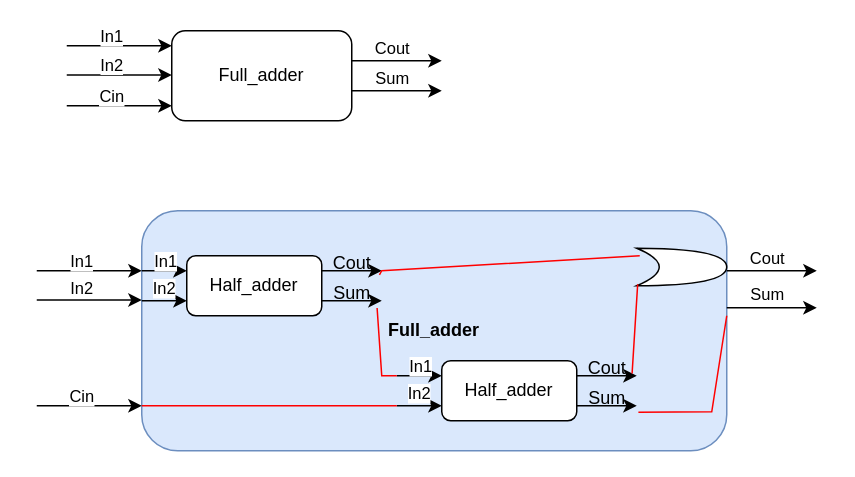
Earlier version of the draw.io diagram Untitled Diagram.drawio (kanosukii/draw). Source tidied: cells renumbered, new cells numbered last; positions are measured from the earlier drawing's top-left corner, leaving out a move shared by most shapes. Both pictures are drawn from the tidied source at 150%, with x=0, y=0 at pixel (36, 30).
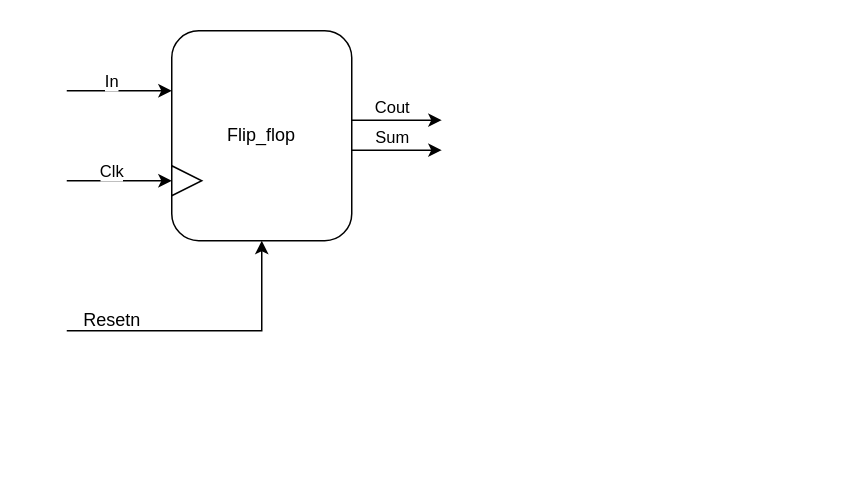
After the change.

What changed in the source:
```diff
@@
-    <mxCell id="2" value="&lt;div style=&quot;&quot;&gt;&lt;b style=&quot;background-color: initial;&quot;&gt;Full_adder&lt;/b&gt;&lt;/div&gt;" style="rounded=1;whiteSpace=wrap;html=1;fillColor=#dae8fc;strokeColor=#6c8ebf;align=center;" parent="1" vertex="1">
-      <mxGeometry x="70" y="120" width="390" height="160" as="geometry" />
-    </mxCell>
     <mxCell id="3" style="edgeStyle=orthogonalEdgeStyle;rounded=0;orthogonalLoop=1;jettySize=auto;html=1;exitX=1;exitY=0.5;exitDx=0;exitDy=0;" parent="1" edge="1">
       <mxGeometry relative="1" as="geometry">
-        <mxPoint x="210" y="20" as="sourcePoint" />
-        <mxPoint x="270" y="20" as="targetPoint" />
+        <mxPoint x="210" y="59.6" as="sourcePoint" />
+        <mxPoint x="270" y="59.6" as="targetPoint" />
       </mxGeometry>
     </mxCell>
@@
-    <mxCell id="5" value="Full_adder" style="rounded=1;whiteSpace=wrap;html=1;" parent="1" vertex="1">
-      <mxGeometry x="90" width="120" height="60" as="geometry" />
+    <mxCell id="5" value="Flip_flop" style="rounded=1;whiteSpace=wrap;html=1;" parent="1" vertex="1">
+      <mxGeometry x="90" width="120" height="140" as="geometry" />
     </mxCell>
-    <mxCell id="6" style="endArrow=classic;html=1;rounded=0;" parent="1" edge="1">
-      <mxGeometry relative="1" as="geometry">
-        <mxPoint x="20" y="29.5" as="sourcePoint" />
-        <mxPoint x="90" y="29.5" as="targetPoint" />
-      </mxGeometry>
-    </mxCell>
-    <mxCell id="7" value="In2" style="edgeLabel;html=1;align=center;verticalAlign=middle;" parent="6" vertex="1">
-      <mxGeometry x="-0.18" y="7" relative="1" as="geometry" />
-    </mxCell>
     <mxCell id="8" style="endArrow=classic;html=1;rounded=0;" parent="1" edge="1">
       <mxGeometry relative="1" as="geometry">
-        <mxPoint x="20" y="10" as="sourcePoint" />
-        <mxPoint x="90" y="10" as="targetPoint" />
+        <mxPoint x="20" y="100" as="sourcePoint" />
+        <mxPoint x="90" y="100" as="targetPoint" />
       </mxGeometry>
     </mxCell>
-    <mxCell id="9" value="In1" style="edgeLabel;html=1;align=center;verticalAlign=middle;" parent="8" vertex="1">
+    <mxCell id="9" value="Clk" style="edgeLabel;html=1;align=center;verticalAlign=middle;" parent="8" vertex="1">
       <mxGeometry x="-0.18" y="7" relative="1" as="geometry" />
     </mxCell>
     <mxCell id="10" style="edgeStyle=orthogonalEdgeStyle;rounded=0;orthogonalLoop=1;jettySize=auto;html=1;exitX=1;exitY=0.5;exitDx=0;exitDy=0;" parent="1" edge="1">
       <mxGeometry relative="1" as="geometry">
-        <mxPoint x="210" y="40" as="sourcePoint" />
-        <mxPoint x="270" y="40" as="targetPoint" />
+        <mxPoint x="210" y="79.6" as="sourcePoint" />
+        <mxPoint x="270" y="79.6" as="targetPoint" />
       </mxGeometry>
     </mxCell>
@@
     <mxCell id="12" style="endArrow=classic;html=1;rounded=0;" parent="1" edge="1">
       <mxGeometry relative="1" as="geometry">
-        <mxPoint x="20" y="50" as="sourcePoint" />
-        <mxPoint x="90" y="50" as="targetPoint" />
+        <mxPoint x="20" y="40" as="sourcePoint" />
+        <mxPoint x="90" y="40" as="targetPoint" />
       </mxGeometry>
     </mxCell>
-    <mxCell id="13" value="Cin" style="edgeLabel;html=1;align=center;verticalAlign=middle;" parent="12" vertex="1">
+    <mxCell id="13" value="In" style="edgeLabel;html=1;align=center;verticalAlign=middle;" parent="12" vertex="1">
       <mxGeometry x="-0.18" y="7" relative="1" as="geometry" />
     </mxCell>
-    <mxCell id="14" style="edgeStyle=orthogonalEdgeStyle;rounded=0;orthogonalLoop=1;jettySize=auto;html=1;exitX=1;exitY=0.5;exitDx=0;exitDy=0;" parent="1" edge="1">
-      <mxGeometry relative="1" as="geometry">
-        <mxPoint x="460" y="160" as="sourcePoint" />
-        <mxPoint x="520" y="160" as="targetPoint" />
-      </mxGeometry>
-    </mxCell>
-    <mxCell id="15" value="Cout" style="edgeLabel;html=1;align=center;verticalAlign=middle;" parent="14" vertex="1">
-      <mxGeometry x="-0.15" y="9" relative="1" as="geometry" />
-    </mxCell>
-    <mxCell id="16" value="Half&lt;span style=&quot;background-color: initial;&quot;&gt;_adder&lt;/span&gt;" style="rounded=1;whiteSpace=wrap;html=1;" parent="1" vertex="1">
-      <mxGeometry x="100" y="150" width="90" height="40" as="geometry" />
-    </mxCell>
-    <mxCell id="17" style="endArrow=classic;html=1;rounded=0;" parent="1" edge="1">
-      <mxGeometry relative="1" as="geometry">
-        <mxPoint y="179.5" as="sourcePoint" />
-        <mxPoint x="70" y="179.5" as="targetPoint" />
-      </mxGeometry>
-    </mxCell>
-    <mxCell id="18" value="In2" style="edgeLabel;html=1;align=center;verticalAlign=middle;" parent="17" vertex="1">
-      <mxGeometry x="-0.18" y="7" relative="1" as="geometry">
-        <mxPoint y="-1" as="offset" />
-      </mxGeometry>
-    </mxCell>
-    <mxCell id="19" style="endArrow=classic;html=1;rounded=0;" parent="1" edge="1">
-      <mxGeometry relative="1" as="geometry">
-        <mxPoint y="160" as="sourcePoint" />
-        <mxPoint x="70" y="160" as="targetPoint" />
-      </mxGeometry>
-    </mxCell>
-    <mxCell id="20" value="In1" style="edgeLabel;html=1;align=center;verticalAlign=middle;" parent="19" vertex="1">
-      <mxGeometry x="-0.18" y="7" relative="1" as="geometry" />
-    </mxCell>
-    <mxCell id="21" style="edgeStyle=orthogonalEdgeStyle;rounded=0;orthogonalLoop=1;jettySize=auto;html=1;exitX=1;exitY=0.5;exitDx=0;exitDy=0;" parent="1" edge="1">
-      <mxGeometry relative="1" as="geometry">
-        <mxPoint x="460" y="184.7" as="sourcePoint" />
-        <mxPoint x="520" y="184.7" as="targetPoint" />
-      </mxGeometry>
-    </mxCell>
-    <mxCell id="22" value="Sum" style="edgeLabel;html=1;align=center;verticalAlign=middle;" parent="21" vertex="1">
-      <mxGeometry x="-0.15" y="9" relative="1" as="geometry" />
-    </mxCell>
-    <mxCell id="23" style="endArrow=classic;html=1;rounded=0;" parent="1" edge="1">
-      <mxGeometry relative="1" as="geometry">
-        <mxPoint y="250" as="sourcePoint" />
-        <mxPoint x="70" y="250" as="targetPoint" />
-      </mxGeometry>
-    </mxCell>
-    <mxCell id="24" value="Cin" style="edgeLabel;html=1;align=center;verticalAlign=middle;" parent="23" vertex="1">
-      <mxGeometry x="-0.18" y="7" relative="1" as="geometry" />
-    </mxCell>
-    <mxCell id="25" style="endArrow=classic;html=1;rounded=0;" parent="1" edge="1">
-      <mxGeometry relative="1" as="geometry">
-        <mxPoint x="70" y="160" as="sourcePoint" />
-        <mxPoint x="100" y="160" as="targetPoint" />
-      </mxGeometry>
-    </mxCell>
-    <mxCell id="26" style="endArrow=classic;html=1;rounded=0;" parent="1" edge="1">
-      <mxGeometry relative="1" as="geometry">
-        <mxPoint x="70" y="180" as="sourcePoint" />
-        <mxPoint x="100" y="180" as="targetPoint" />
-      </mxGeometry>
-    </mxCell>
-    <mxCell id="27" value="In1" style="edgeLabel;html=1;align=center;verticalAlign=middle;" parent="1" vertex="1">
-      <mxGeometry x="40" y="170" as="geometry">
-        <mxPoint x="45" y="-17" as="offset" />
-      </mxGeometry>
-    </mxCell>
-    <mxCell id="28" value="In2" style="edgeLabel;html=1;align=center;verticalAlign=middle;" parent="1" vertex="1">
-      <mxGeometry x="140" y="200" as="geometry">
-        <mxPoint x="-56" y="-29" as="offset" />
-      </mxGeometry>
-    </mxCell>
-    <mxCell id="29" style="endArrow=classic;html=1;rounded=0;" parent="1" edge="1">
-      <mxGeometry relative="1" as="geometry">
-        <mxPoint x="190" y="160" as="sourcePoint" />
-        <mxPoint x="230" y="160" as="targetPoint" />
-      </mxGeometry>
-    </mxCell>
-    <mxCell id="30" style="endArrow=classic;html=1;rounded=0;" parent="1" edge="1">
-      <mxGeometry relative="1" as="geometry">
-        <mxPoint x="190" y="180" as="sourcePoint" />
-        <mxPoint x="230" y="180" as="targetPoint" />
-      </mxGeometry>
-    </mxCell>
-    <mxCell id="31" value="Cout" style="text;html=1;align=center;verticalAlign=middle;strokeColor=none;fillColor=none;" parent="1" vertex="1">
-      <mxGeometry x="185" y="140" width="50" height="30" as="geometry" />
-    </mxCell>
-    <mxCell id="32" value="Sum" style="text;html=1;align=center;verticalAlign=middle;points=[];strokeColor=none;fillColor=none;" parent="1" vertex="1">
-      <mxGeometry x="185" y="160" width="50" height="30" as="geometry" />
-    </mxCell>
-    <mxCell id="33" value="Half&lt;span style=&quot;background-color: initial;&quot;&gt;_adder&lt;/span&gt;" style="rounded=1;whiteSpace=wrap;html=1;" parent="1" vertex="1">
-      <mxGeometry x="270" y="220" width="90" height="40" as="geometry" />
-    </mxCell>
-    <mxCell id="34" style="endArrow=classic;html=1;rounded=0;" parent="1" edge="1">
-      <mxGeometry relative="1" as="geometry">
-        <mxPoint x="240" y="230" as="sourcePoint" />
-        <mxPoint x="270" y="230" as="targetPoint" />
-      </mxGeometry>
-    </mxCell>
-    <mxCell id="35" style="endArrow=classic;html=1;rounded=0;" parent="1" edge="1">
-      <mxGeometry relative="1" as="geometry">
-        <mxPoint x="240" y="250" as="sourcePoint" />
-        <mxPoint x="270" y="250" as="targetPoint" />
-      </mxGeometry>
-    </mxCell>
-    <mxCell id="36" value="In1" style="edgeLabel;html=1;align=center;verticalAlign=middle;" parent="1" vertex="1">
-      <mxGeometry x="210" y="240" as="geometry">
-        <mxPoint x="45" y="-17" as="offset" />
-      </mxGeometry>
-    </mxCell>
-    <mxCell id="37" value="In2" style="edgeLabel;html=1;align=center;verticalAlign=middle;" parent="1" vertex="1">
-      <mxGeometry x="310" y="270" as="geometry">
-        <mxPoint x="-56" y="-29" as="offset" />
-      </mxGeometry>
-    </mxCell>
-    <mxCell id="38" style="endArrow=classic;html=1;rounded=0;" parent="1" edge="1">
-      <mxGeometry relative="1" as="geometry">
-        <mxPoint x="360" y="230" as="sourcePoint" />
-        <mxPoint x="400" y="230" as="targetPoint" />
-      </mxGeometry>
-    </mxCell>
-    <mxCell id="39" style="endArrow=classic;html=1;rounded=0;" parent="1" edge="1">
-      <mxGeometry relative="1" as="geometry">
-        <mxPoint x="360" y="250" as="sourcePoint" />
-        <mxPoint x="400" y="250" as="targetPoint" />
-      </mxGeometry>
-    </mxCell>
-    <mxCell id="40" value="Cout" style="text;html=1;align=center;verticalAlign=middle;strokeColor=none;fillColor=none;" parent="1" vertex="1">
-      <mxGeometry x="355" y="210" width="50" height="30" as="geometry" />
-    </mxCell>
-    <mxCell id="41" value="Sum" style="text;html=1;align=center;verticalAlign=middle;points=[];strokeColor=none;fillColor=none;" parent="1" vertex="1">
-      <mxGeometry x="355" y="230" width="50" height="30" as="geometry" />
-    </mxCell>
-    <mxCell id="42" style="endArrow=none;html=1;rounded=0;strokeColor=#FF0000;" parent="1" edge="1">
-      <mxGeometry relative="1" as="geometry">
-        <mxPoint x="70" y="250" as="sourcePoint" />
-        <mxPoint x="240" y="250" as="targetPoint" />
-      </mxGeometry>
-    </mxCell>
-    <mxCell id="43" style="shape=xor;whiteSpace=wrap;html=1;" parent="1" vertex="1">
-      <mxGeometry x="400" y="145" width="60" height="25" as="geometry" />
-    </mxCell>
-    <mxCell id="44" style="endArrow=none;html=1;rounded=0;exitX=0.869;exitY=0.091;exitDx=0;exitDy=0;exitPerimeter=0;strokeColor=#FF0000;" parent="1" edge="1" source="32">
-      <mxGeometry relative="1" as="geometry">
-        <mxPoint x="402" y="150" as="targetPoint" />
-        <Array as="points">
-          <mxPoint x="230" y="160" />
-        </Array>
-      </mxGeometry>
-    </mxCell>
-    <mxCell id="45" style="endArrow=none;html=1;rounded=0;entryX=0.01;entryY=0.962;entryDx=0;entryDy=0;entryPerimeter=0;exitX=0.838;exitY=-0.049;exitDx=0;exitDy=0;exitPerimeter=0;strokeColor=#FF0000;" parent="1" edge="1" source="41" target="43">
-      <mxGeometry relative="1" as="geometry" />
-    </mxCell>
-    <mxCell id="46" style="endArrow=none;html=1;rounded=0;entryX=0.838;entryY=0.828;entryDx=0;entryDy=0;entryPerimeter=0;strokeColor=#FF0000;" parent="1" edge="1" target="32">
-      <mxGeometry relative="1" as="geometry">
-        <mxPoint x="240" y="230" as="sourcePoint" />
-        <Array as="points">
-          <mxPoint x="230" y="230" />
-        </Array>
-      </mxGeometry>
-    </mxCell>
-    <mxCell id="47" style="endArrow=none;html=1;rounded=0;exitX=0.922;exitY=0.811;exitDx=0;exitDy=0;exitPerimeter=0;strokeColor=#FF0000;" parent="1" edge="1" source="41">
-      <mxGeometry relative="1" as="geometry">
-        <mxPoint x="460" y="190" as="targetPoint" />
-        <Array as="points">
-          <mxPoint x="450" y="254" />
-        </Array>
-      </mxGeometry>
-    </mxCell>
+    <mxCell id="48" style="triangle;whiteSpace=wrap;html=1;" parent="1" vertex="1">
+      <mxGeometry x="90" y="90" width="20" height="20" as="geometry" />
+    </mxCell>
+    <mxCell id="49" style="endArrow=classic;html=1;rounded=0;entryX=0.5;entryY=1;entryDx=0;entryDy=0;" parent="1" edge="1" target="5">
+      <mxGeometry relative="1" as="geometry">
+        <mxPoint x="20" y="200" as="sourcePoint" />
+        <Array as="points">
+          <mxPoint x="150" y="200" />
+        </Array>
+      </mxGeometry>
+    </mxCell>
+    <mxCell id="50" value="Resetn" style="text;html=1;align=center;verticalAlign=middle;strokeColor=none;fillColor=none;" parent="1" vertex="1">
+      <mxGeometry x="20" y="178" width="60" height="30" as="geometry" />
+    </mxCell>
```
